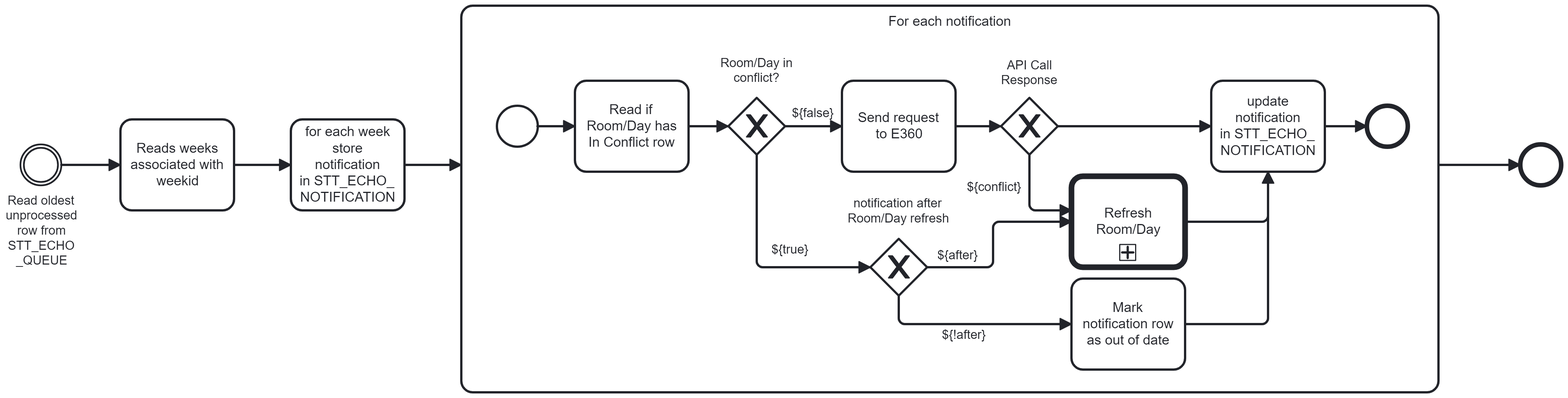
Before: img/notification-insert.png, a diagram exported from BPMN (ororker/cmis-e360). Its source is kept beside it as notification-insert.bpmn. Ids are renumbered.
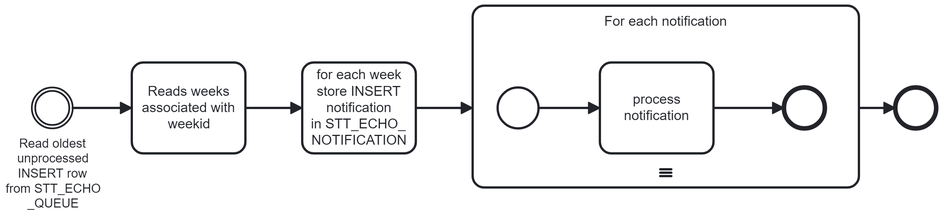
Above is the later version.

Commit message:
added process notification & refresh room-day sections

What changed in the source:
```diff
@@ -1,4 +1,4 @@
-<bpmn:definitions xmlns:bpmn="http://www.omg.org/spec/BPMN/20100524/MODEL" xmlns:bpmndi="http://www.omg.org/spec/BPMN/20100524/DI" xmlns:dc="http://www.omg.org/spec/DD/20100524/DC" xmlns:di="http://www.omg.org/spec/DD/20100524/DI" xmlns:xsi="http://www.w3.org/2001/XMLSchema-instance" xmlns:zeebe="http://camunda.org/schema/zeebe/1.0" xmlns:modeler="http://camunda.org/schema/modeler/1.0" id="Definitions_n1" targetNamespace="http://bpmn.io/schema/bpmn" exporter="Camunda Modeler" exporterVersion="5.29.0" modeler:executionPlatform="Camunda Cloud" modeler:executionPlatformVersion="8.6.0">
+<bpmn:definitions xmlns:bpmn="http://www.omg.org/spec/BPMN/20100524/MODEL" xmlns:bpmndi="http://www.omg.org/spec/BPMN/20100524/DI" xmlns:dc="http://www.omg.org/spec/DD/20100524/DC" xmlns:di="http://www.omg.org/spec/DD/20100524/DI" xmlns:xsi="http://www.w3.org/2001/XMLSchema-instance" xmlns:modeler="http://camunda.org/schema/modeler/1.0" id="Definitions_n1" targetNamespace="http://bpmn.io/schema/bpmn" exporter="Camunda Modeler" exporterVersion="5.29.0" modeler:executionPlatform="Camunda Cloud" modeler:executionPlatformVersion="8.6.0">
   <bpmn:process id="Process_n2" isExecutable="true">
     <bpmn:endEvent id="Event_n3">
       <bpmn:incoming>Flow_n4</bpmn:incoming>
@@ -10,59 +10,18 @@
     <bpmn:subProcess id="Activity_n10" name="For each notification">
       <bpmn:incoming>Flow_n11</bpmn:incoming>
       <bpmn:outgoing>Flow_n4</bpmn:outgoing>
-      <bpmn:sequenceFlow id="Flow_n12" name="${!after}" sourceRef="Gateway_n13" targetRef="Activity_n14" />
-      <bpmn:sequenceFlow id="Flow_n15" name="${conflict}" sourceRef="Gateway_n16" targetRef="Activity_n17" />
-      <bpmn:sequenceFlow id="Flow_n18" name="${false}" sourceRef="Gateway_n19" targetRef="Activity_n20" />
-      <bpmn:sequenceFlow id="Flow_n21" name="${true}" sourceRef="Gateway_n19" targetRef="Activity_n17" />
-      <bpmn:exclusiveGateway id="Gateway_n16" name="API Call Response">
-        <bpmn:incoming>Flow_n22</bpmn:incoming>
-        <bpmn:outgoing>Flow_n23</bpmn:outgoing>
-        <bpmn:outgoing>Flow_n15</bpmn:outgoing>
-      </bpmn:exclusiveGateway>
-      <bpmn:startEvent id="Event_n24">
-        <bpmn:outgoing>Flow_n25</bpmn:outgoing>
+      <bpmn:multiInstanceLoopCharacteristics isSequential="true" />
+      <bpmn:startEvent id="Event_n32">
+        <bpmn:outgoing>Flow_n33</bpmn:outgoing>
       </bpmn:startEvent>
-      <bpmn:endEvent id="Event_n26">
-        <bpmn:incoming>Flow_n27</bpmn:incoming>
+      <bpmn:endEvent id="Event_n34">
+        <bpmn:incoming>Flow_n35</bpmn:incoming>
       </bpmn:endEvent>
-      <bpmn:sequenceFlow id="Flow_n22" sourceRef="Activity_n20" targetRef="Gateway_n16" />
-      <bpmn:sequenceFlow id="Flow_n28" sourceRef="Activity_n17" targetRef="Activity_n29" />
-      <bpmn:sequenceFlow id="Flow_n23" sourceRef="Gateway_n16" targetRef="Activity_n29" />
-      <bpmn:sequenceFlow id="Flow_n27" sourceRef="Activity_n29" targetRef="Event_n26" />
-      <bpmn:sequenceFlow id="Flow_n30" sourceRef="Activity_n14" targetRef="Activity_n29" />
-      <bpmn:sequenceFlow id="Flow_n25" sourceRef="Event_n24" targetRef="Gateway_n13" />
-      <bpmn:sequenceFlow id="Flow_n31" sourceRef="Gateway_n13" targetRef="Gateway_n19" />
-      <bpmn:exclusiveGateway id="Gateway_n13" name="Last room/day refresh after notification">
-        <bpmn:incoming>Flow_n25</bpmn:incoming>
-        <bpmn:outgoing>Flow_n31</bpmn:outgoing>
-        <bpmn:outgoing>Flow_n12</bpmn:outgoing>
-      </bpmn:exclusiveGateway>
-      <bpmn:task id="Activity_n14" name="Mark notification row as out of date">
-        <bpmn:incoming>Flow_n12</bpmn:incoming>
-        <bpmn:outgoing>Flow_n30</bpmn:outgoing>
-      </bpmn:task>
-      <bpmn:callActivity id="Activity_n17" name="Refresh Room/Day">
-        <bpmn:extensionElements>
-          <zeebe:calledElement processId="refresh-room-day" propagateAllChildVariables="false" />
-        </bpmn:extensionElements>
-        <bpmn:incoming>Flow_n15</bpmn:incoming>
-        <bpmn:incoming>Flow_n21</bpmn:incoming>
-        <bpmn:outgoing>Flow_n28</bpmn:outgoing>
-      </bpmn:callActivity>
-      <bpmn:exclusiveGateway id="Gateway_n19" name="Room/Day in conflict?">
-        <bpmn:incoming>Flow_n31</bpmn:incoming>
-        <bpmn:outgoing>Flow_n21</bpmn:outgoing>
-        <bpmn:outgoing>Flow_n18</bpmn:outgoing>
-      </bpmn:exclusiveGateway>
-      <bpmn:task id="Activity_n20" name="Send request to E360">
-        <bpmn:incoming>Flow_n18</bpmn:incoming>
-        <bpmn:outgoing>Flow_n22</bpmn:outgoing>
-      </bpmn:task>
-      <bpmn:task id="Activity_n29" name="update notification in STT_ECHO_ NOTIFICATION">
-        <bpmn:incoming>Flow_n23</bpmn:incoming>
-        <bpmn:incoming>Flow_n30</bpmn:incoming>
-        <bpmn:incoming>Flow_n28</bpmn:incoming>
-        <bpmn:outgoing>Flow_n27</bpmn:outgoing>
+      <bpmn:sequenceFlow id="Flow_n35" sourceRef="Activity_n36" targetRef="Event_n34" />
+      <bpmn:sequenceFlow id="Flow_n33" sourceRef="Event_n32" targetRef="Activity_n36" />
+      <bpmn:task id="Activity_n36" name="process notification">
+        <bpmn:incoming>Flow_n33</bpmn:incoming>
+        <bpmn:outgoing>Flow_n35</bpmn:outgoing>
       </bpmn:task>
     </bpmn:subProcess>
     <bpmn:task id="Activity_n7" name="for each week store INSERT notification in STT_ECHO_ NOTIFICATION">
@@ -79,145 +38,60 @@
   </bpmn:process>
   <bpmndi:BPMNDiagram id="BPMNDiagram_1">
     <bpmndi:BPMNPlane id="BPMNPlane_1" bpmnElement="Process_n2">
+      <bpmndi:BPMNShape id="Activity_n7_di" bpmnElement="Activity_n7">
+        <dc:Bounds x="410" y="130" width="100" height="80" />
+        <bpmndi:BPMNLabel />
+      </bpmndi:BPMNShape>
       <bpmndi:BPMNShape id="Event_n9_di" bpmnElement="Event_n9">
-        <dc:Bounds x="172" y="202" width="36" height="36" />
+        <dc:Bounds x="172" y="152" width="36" height="36" />
         <bpmndi:BPMNLabel>
-          <dc:Bounds x="149" y="245" width="84" height="66" />
+          <dc:Bounds x="149" y="195" width="84" height="66" />
         </bpmndi:BPMNLabel>
       </bpmndi:BPMNShape>
       <bpmndi:BPMNShape id="Activity_n6_di" bpmnElement="Activity_n6">
-        <dc:Bounds x="260" y="180" width="100" height="80" />
-        <bpmndi:BPMNLabel />
-      </bpmndi:BPMNShape>
-      <bpmndi:BPMNShape id="Activity_n7_di" bpmnElement="Activity_n7">
-        <dc:Bounds x="410" y="180" width="100" height="80" />
+        <dc:Bounds x="260" y="130" width="100" height="80" />
         <bpmndi:BPMNLabel />
       </bpmndi:BPMNShape>
       <bpmndi:BPMNShape id="Event_n3_di" bpmnElement="Event_n3">
-        <dc:Bounds x="1472" y="202" width="36" height="36" />
+        <dc:Bounds x="932" y="152" width="36" height="36" />
       </bpmndi:BPMNShape>
       <bpmndi:BPMNShape id="Activity_173ofon_di" bpmnElement="Activity_n10" isExpanded="true">
-        <dc:Bounds x="560" y="80" width="840" height="340" />
+        <dc:Bounds x="560" y="80" width="340" height="160" />
         <bpmndi:BPMNLabel />
       </bpmndi:BPMNShape>
-      <bpmndi:BPMNShape id="Event_n24_di" bpmnElement="Event_n24">
-        <dc:Bounds x="591.3333333333334" y="168" width="36" height="36" />
+      <bpmndi:BPMNShape id="Event_n32_di" bpmnElement="Event_n32">
+        <dc:Bounds x="582" y="152" width="36" height="36" />
       </bpmndi:BPMNShape>
-      <bpmndi:BPMNShape id="Gateway_n13_di" bpmnElement="Gateway_n13" isMarkerVisible="true">
-        <dc:Bounds x="685" y="161" width="50" height="50" />
-        <bpmndi:BPMNLabel>
-          <dc:Bounds x="675" y="118" width="71" height="40" />
-        </bpmndi:BPMNLabel>
-      </bpmndi:BPMNShape>
-      <bpmndi:BPMNShape id="Gateway_n19_di" bpmnElement="Gateway_n19" isMarkerVisible="true">
-        <dc:Bounds x="775" y="161" width="50" height="50" />
-        <bpmndi:BPMNLabel>
-          <dc:Bounds x="768" y="124" width="64" height="27" />
-        </bpmndi:BPMNLabel>
-      </bpmndi:BPMNShape>
-      <bpmndi:BPMNShape id="Activity_n20_di" bpmnElement="Activity_n20">
-        <dc:Bounds x="875" y="146" width="100" height="80" />
+      <bpmndi:BPMNShape id="Activity_n36_di" bpmnElement="Activity_n36">
+        <dc:Bounds x="672" y="130" width="100" height="80" />
         <bpmndi:BPMNLabel />
       </bpmndi:BPMNShape>
-      <bpmndi:BPMNShape id="Event_n26_di" bpmnElement="Event_n26">
-        <dc:Bounds x="1337" y="168" width="36" height="36" />
+      <bpmndi:BPMNShape id="Event_n34_di" bpmnElement="Event_n34">
+        <dc:Bounds x="834" y="152" width="36" height="36" />
       </bpmndi:BPMNShape>
-      <bpmndi:BPMNShape id="Gateway_n16_di" bpmnElement="Gateway_n16" isMarkerVisible="true">
-        <dc:Bounds x="1015" y="161" width="50" height="50" />
-        <bpmndi:BPMNLabel>
-          <dc:Bounds x="1015" y="126" width="50" height="27" />
-        </bpmndi:BPMNLabel>
-      </bpmndi:BPMNShape>
-      <bpmndi:BPMNShape id="Activity_n29_di" bpmnElement="Activity_n29">
-        <dc:Bounds x="1200" y="146" width="100" height="80" />
-        <bpmndi:BPMNLabel />
-      </bpmndi:BPMNShape>
-      <bpmndi:BPMNShape id="Activity_0cr0ey7_di" bpmnElement="Activity_n17">
-        <dc:Bounds x="1077" y="230" width="100" height="80" />
-      </bpmndi:BPMNShape>
-      <bpmndi:BPMNShape id="Activity_n14_di" bpmnElement="Activity_n14">
-        <dc:Bounds x="1077" y="320" width="100" height="80" />
-        <bpmndi:BPMNLabel />
-      </bpmndi:BPMNShape>
-      <bpmndi:BPMNEdge id="Flow_n21_di" bpmnElement="Flow_n21">
-        <di:waypoint x="800" y="211" />
-        <di:waypoint x="800" y="280" />
-        <di:waypoint x="1077" y="280" />
-        <bpmndi:BPMNLabel>
-          <dc:Bounds x="866" y="258" width="33" height="14" />
-        </bpmndi:BPMNLabel>
+      <bpmndi:BPMNEdge id="Flow_n33_di" bpmnElement="Flow_n33">
+        <di:waypoint x="618" y="170" />
+        <di:waypoint x="672" y="170" />
       </bpmndi:BPMNEdge>
-      <bpmndi:BPMNEdge id="Flow_n18_di" bpmnElement="Flow_n18">
-        <di:waypoint x="825" y="186" />
-        <di:waypoint x="875" y="186" />
-        <bpmndi:BPMNLabel>
-          <dc:Bounds x="831" y="168" width="38" height="14" />
-        </bpmndi:BPMNLabel>
+      <bpmndi:BPMNEdge id="Flow_n35_di" bpmnElement="Flow_n35">
+        <di:waypoint x="772" y="170" />
+        <di:waypoint x="834" y="170" />
       </bpmndi:BPMNEdge>
-      <bpmndi:BPMNEdge id="Flow_n22_di" bpmnElement="Flow_n22">
-        <di:waypoint x="975" y="186" />
-        <di:waypoint x="1015" y="186" />
-      </bpmndi:BPMNEdge>
-      <bpmndi:BPMNEdge id="Flow_n27_di" bpmnElement="Flow_n27">
-        <di:waypoint x="1300" y="186" />
-        <di:waypoint x="1337" y="186" />
-      </bpmndi:BPMNEdge>
-      <bpmndi:BPMNEdge id="Flow_n15_di" bpmnElement="Flow_n15">
-        <di:waypoint x="1040" y="211" />
-        <di:waypoint x="1040" y="260" />
-        <di:waypoint x="1077" y="260" />
-        <bpmndi:BPMNLabel>
-          <dc:Bounds x="985" y="233" width="49" height="14" />
-        </bpmndi:BPMNLabel>
-      </bpmndi:BPMNEdge>
-      <bpmndi:BPMNEdge id="Flow_n23_di" bpmnElement="Flow_n23">
-        <di:waypoint x="1065" y="186" />
-        <di:waypoint x="1200" y="186" />
-        <bpmndi:BPMNLabel>
-          <dc:Bounds x="1117" y="248" width="54" height="14" />
-        </bpmndi:BPMNLabel>
-      </bpmndi:BPMNEdge>
-      <bpmndi:BPMNEdge id="Flow_n12_di" bpmnElement="Flow_n12">
-        <di:waypoint x="710" y="211" />
-        <di:waypoint x="710" y="360" />
-        <di:waypoint x="1077" y="360" />
-        <bpmndi:BPMNLabel>
-          <dc:Bounds x="830" y="363" width="39" height="14" />
-        </bpmndi:BPMNLabel>
-      </bpmndi:BPMNEdge>
-      <bpmndi:BPMNEdge id="Flow_n28_di" bpmnElement="Flow_n28">
-        <di:waypoint x="1177" y="270" />
-        <di:waypoint x="1250" y="270" />
-        <di:waypoint x="1250" y="226" />
-      </bpmndi:BPMNEdge>
-      <bpmndi:BPMNEdge id="Flow_n30_di" bpmnElement="Flow_n30">
-        <di:waypoint x="1177" y="360" />
-        <di:waypoint x="1250" y="360" />
-        <di:waypoint x="1250" y="226" />
-      </bpmndi:BPMNEdge>
-      <bpmndi:BPMNEdge id="Flow_n25_di" bpmnElement="Flow_n25">
-        <di:waypoint x="627" y="186" />
-        <di:waypoint x="685" y="186" />
-      </bpmndi:BPMNEdge>
-      <bpmndi:BPMNEdge id="Flow_n31_di" bpmnElement="Flow_n31">
-        <di:waypoint x="735" y="186" />
-        <di:waypoint x="775" y="186" />
+      <bpmndi:BPMNEdge id="Flow_n5_di" bpmnElement="Flow_n5">
+        <di:waypoint x="360" y="170" />
+        <di:waypoint x="410" y="170" />
       </bpmndi:BPMNEdge>
       <bpmndi:BPMNEdge id="Flow_n8_di" bpmnElement="Flow_n8">
-        <di:waypoint x="208" y="220" />
-        <di:waypoint x="260" y="220" />
+        <di:waypoint x="208" y="170" />
+        <di:waypoint x="260" y="170" />
       </bpmndi:BPMNEdge>
-      <bpmndi:BPMNEdge id="Flow_n5_di" bpmnElement="Flow_n5">
-        <di:waypoint x="360" y="220" />
-        <di:waypoint x="410" y="220" />
+      <bpmndi:BPMNEdge id="Flow_n4_di" bpmnElement="Flow_n4">
+        <di:waypoint x="900" y="170" />
+        <di:waypoint x="932" y="170" />
       </bpmndi:BPMNEdge>
       <bpmndi:BPMNEdge id="Flow_n11_di" bpmnElement="Flow_n11">
-        <di:waypoint x="510" y="220" />
-        <di:waypoint x="560" y="220" />
-      </bpmndi:BPMNEdge>
-      <bpmndi:BPMNEdge id="Flow_n4_di" bpmnElement="Flow_n4">
-        <di:waypoint x="1400" y="220" />
-        <di:waypoint x="1472" y="220" />
+        <di:waypoint x="510" y="170" />
+        <di:waypoint x="560" y="170" />
       </bpmndi:BPMNEdge>
     </bpmndi:BPMNPlane>
   </bpmndi:BPMNDiagram>
```
